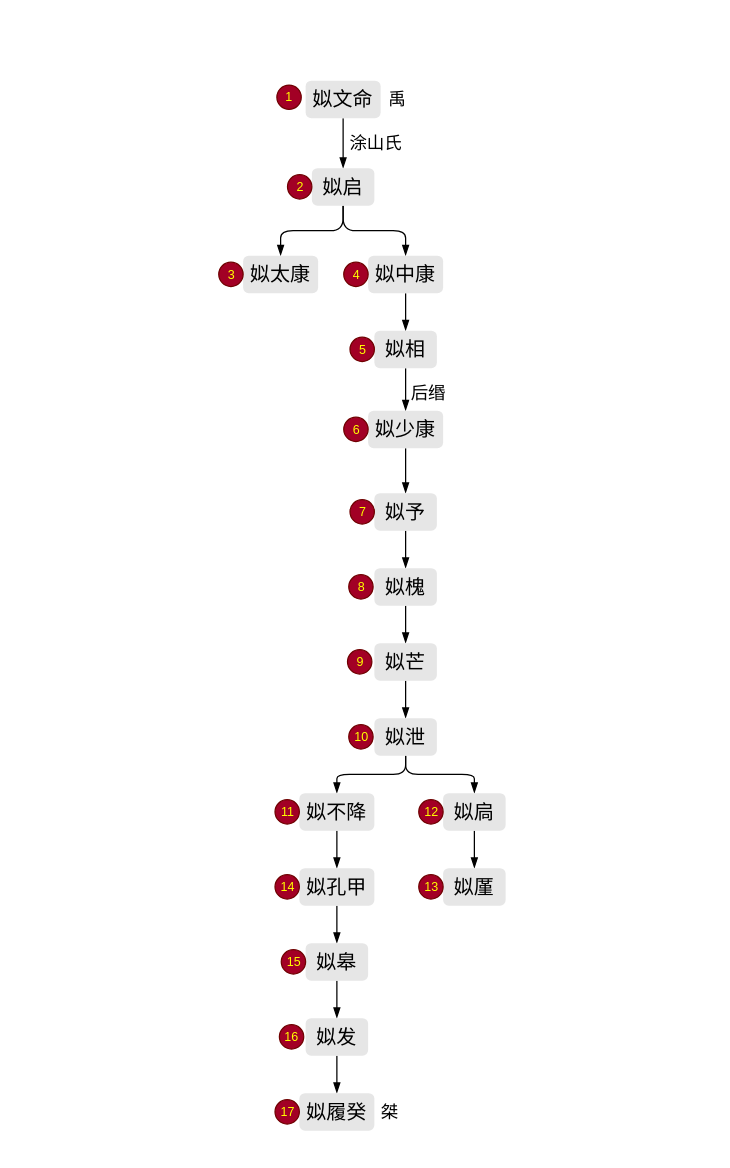
The draw.io diagram drawio/世系/夏世系.drawio in zhehaoxu/historio, before the edit. Source tidied: cells renumbered, new cells numbered last; positions are measured from the earlier drawing's top-left corner, leaving out a move shared by most shapes. Both pictures are drawn from the tidied source at 125%, with x=0, y=0 at pixel (21, 21).
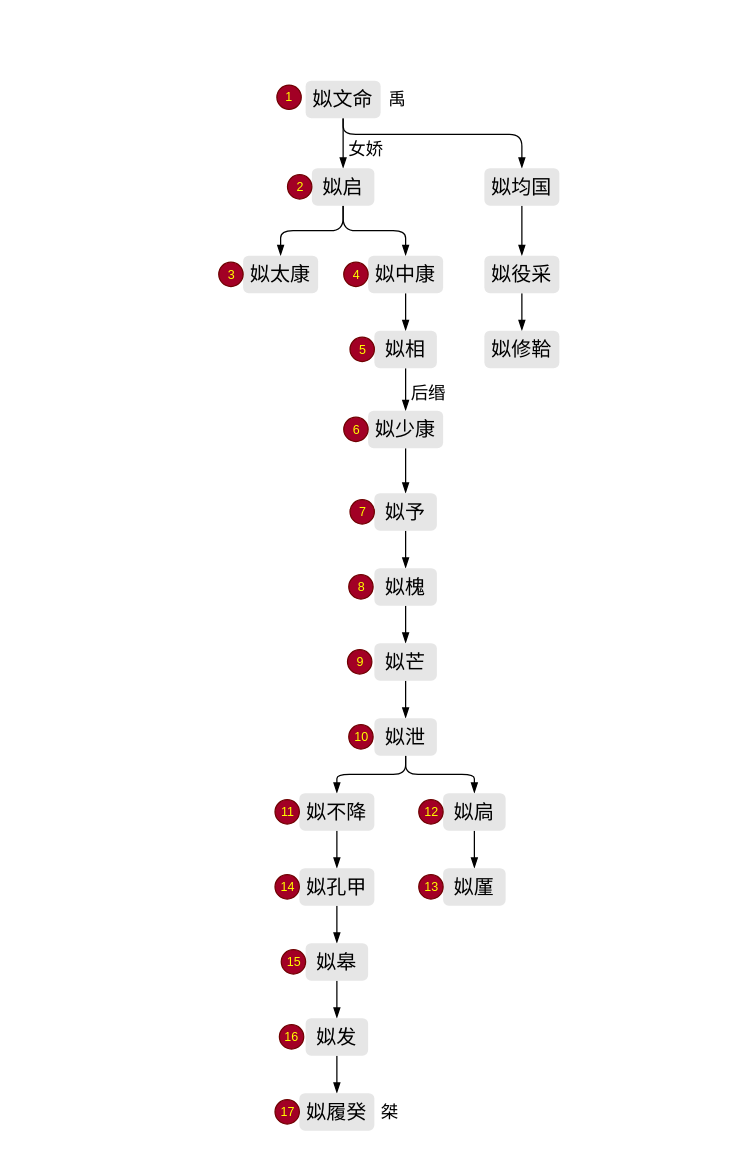
Above is the later version.

Unchanged cells that the change refers to:
```xml
<mxCell id="2" style="rounded=0;whiteSpace=wrap;html=1;fillColor=#FFFFFF;strokeColor=none;" parent="1" vertex="1">
  <mxGeometry width="550" height="900" as="geometry" />
</mxCell>
<mxCell id="4" value="&lt;div style=&quot;font-size: 16px&quot;&gt;&lt;div style=&quot;font-size: 16px&quot;&gt;&lt;div style=&quot;font-size: 16px&quot;&gt;&lt;div style=&quot;font-size: 16px&quot;&gt;&lt;div style=&quot;font-size: 16px&quot;&gt;姒文命&lt;br&gt;&lt;/div&gt;&lt;/div&gt;&lt;/div&gt;&lt;/div&gt;&lt;div style=&quot;font-size: 16px&quot;&gt;&lt;/div&gt;&lt;/div&gt;" style="rounded=1;whiteSpace=wrap;html=1;fillColor=#E6E6E6;fontColor=#000000;fontSize=16;strokeColor=none;strokeWidth=2;" parent="2" vertex="1">
  <mxGeometry x="227" y="47" width="60" height="30" as="geometry" />
</mxCell>
```

Change to the diagram source:
```diff
@@
+    <mxCell id="57" style="edgeStyle=orthogonalEdgeStyle;shape=connector;rounded=1;html=1;exitX=0.5;exitY=1;exitDx=0;exitDy=0;entryX=0.5;entryY=0;entryDx=0;entryDy=0;labelBackgroundColor=default;fontFamily=Helvetica;fontSize=16;fontColor=#000000;endArrow=blockThin;endFill=1;strokeColor=#000000;strokeWidth=1;" parent="2" edge="1" source="4" target="59">
+      <mxGeometry relative="1" as="geometry">
+        <Array as="points">
+          <mxPoint x="257" y="90" />
+          <mxPoint x="400" y="90" />
+        </Array>
+      </mxGeometry>
+    </mxCell>
@@
-    <mxCell id="9" value="&lt;div style=&quot;font-size: 14px&quot;&gt;&lt;div style=&quot;font-size: 14px&quot;&gt;&lt;div style=&quot;font-size: 14px&quot;&gt;&lt;div style=&quot;font-size: 14px&quot;&gt;&lt;div style=&quot;font-size: 14px&quot;&gt;&lt;div style=&quot;font-size: 14px&quot;&gt;&lt;div&gt;涂山氏&lt;/div&gt;&lt;/div&gt;&lt;/div&gt;&lt;/div&gt;&lt;/div&gt;&lt;/div&gt;&lt;/div&gt;" style="text;html=1;align=center;verticalAlign=middle;strokeColor=none;fillColor=none;fontSize=14;fontColor=#000000;" parent="2" vertex="1">
-      <mxGeometry x="253" y="87" width="60" height="20" as="geometry" />
+    <mxCell id="9" value="&lt;div style=&quot;font-size: 14px&quot;&gt;&lt;div style=&quot;font-size: 14px&quot;&gt;&lt;div style=&quot;font-size: 14px&quot;&gt;&lt;div style=&quot;font-size: 14px&quot;&gt;&lt;div style=&quot;font-size: 14px&quot;&gt;&lt;div style=&quot;font-size: 14px&quot;&gt;&lt;div&gt;女娇&lt;/div&gt;&lt;/div&gt;&lt;/div&gt;&lt;/div&gt;&lt;/div&gt;&lt;/div&gt;&lt;/div&gt;" style="text;html=1;align=center;verticalAlign=middle;strokeColor=none;fillColor=none;fontSize=14;fontColor=#000000;" parent="2" vertex="1">
+      <mxGeometry x="255" y="92" width="40" height="20" as="geometry" />
     </mxCell>
@@
+    <mxCell id="58" style="edgeStyle=orthogonalEdgeStyle;shape=connector;rounded=1;html=1;exitX=0.5;exitY=1;exitDx=0;exitDy=0;entryX=0.5;entryY=0;entryDx=0;entryDy=0;labelBackgroundColor=default;fontFamily=Helvetica;fontSize=16;fontColor=#000000;endArrow=blockThin;endFill=1;strokeColor=#000000;strokeWidth=1;" parent="2" edge="1" source="59" target="61">
+      <mxGeometry relative="1" as="geometry" />
+    </mxCell>
+    <mxCell id="59" value="&lt;div style=&quot;font-size: 16px&quot;&gt;&lt;div style=&quot;font-size: 16px&quot;&gt;&lt;div style=&quot;font-size: 16px&quot;&gt;&lt;div style=&quot;font-size: 16px&quot;&gt;&lt;div style=&quot;font-size: 16px&quot;&gt;姒均国&lt;br&gt;&lt;/div&gt;&lt;/div&gt;&lt;/div&gt;&lt;/div&gt;&lt;div style=&quot;font-size: 16px&quot;&gt;&lt;/div&gt;&lt;/div&gt;" style="rounded=1;whiteSpace=wrap;html=1;fillColor=#E6E6E6;fontColor=#000000;fontSize=16;strokeColor=none;strokeWidth=2;" parent="2" vertex="1">
+      <mxGeometry x="370" y="117" width="60" height="30" as="geometry" />
+    </mxCell>
+    <mxCell id="60" style="edgeStyle=orthogonalEdgeStyle;shape=connector;rounded=1;html=1;exitX=0.5;exitY=1;exitDx=0;exitDy=0;labelBackgroundColor=default;fontFamily=Helvetica;fontSize=16;fontColor=#000000;endArrow=blockThin;endFill=1;strokeColor=#000000;strokeWidth=1;" parent="2" edge="1" source="61" target="62">
+      <mxGeometry relative="1" as="geometry" />
+    </mxCell>
+    <mxCell id="61" value="&lt;div style=&quot;font-size: 16px&quot;&gt;&lt;div style=&quot;font-size: 16px&quot;&gt;&lt;div style=&quot;font-size: 16px&quot;&gt;&lt;div style=&quot;font-size: 16px&quot;&gt;&lt;div style=&quot;font-size: 16px&quot;&gt;姒役采&lt;br&gt;&lt;/div&gt;&lt;/div&gt;&lt;/div&gt;&lt;/div&gt;&lt;div style=&quot;font-size: 16px&quot;&gt;&lt;/div&gt;&lt;/div&gt;" style="rounded=1;whiteSpace=wrap;html=1;fillColor=#E6E6E6;fontColor=#000000;fontSize=16;strokeColor=none;strokeWidth=2;" parent="2" vertex="1">
+      <mxGeometry x="370" y="187" width="60" height="30" as="geometry" />
+    </mxCell>
+    <mxCell id="62" value="&lt;div style=&quot;font-size: 16px&quot;&gt;&lt;div style=&quot;font-size: 16px&quot;&gt;&lt;div style=&quot;font-size: 16px&quot;&gt;&lt;div style=&quot;font-size: 16px&quot;&gt;&lt;div style=&quot;font-size: 16px&quot;&gt;姒修鞈&lt;br&gt;&lt;/div&gt;&lt;/div&gt;&lt;/div&gt;&lt;/div&gt;&lt;div style=&quot;font-size: 16px&quot;&gt;&lt;/div&gt;&lt;/div&gt;" style="rounded=1;whiteSpace=wrap;html=1;fillColor=#E6E6E6;fontColor=#000000;fontSize=16;strokeColor=none;strokeWidth=2;" parent="2" vertex="1">
+      <mxGeometry x="370" y="247" width="60" height="30" as="geometry" />
+    </mxCell>
```
